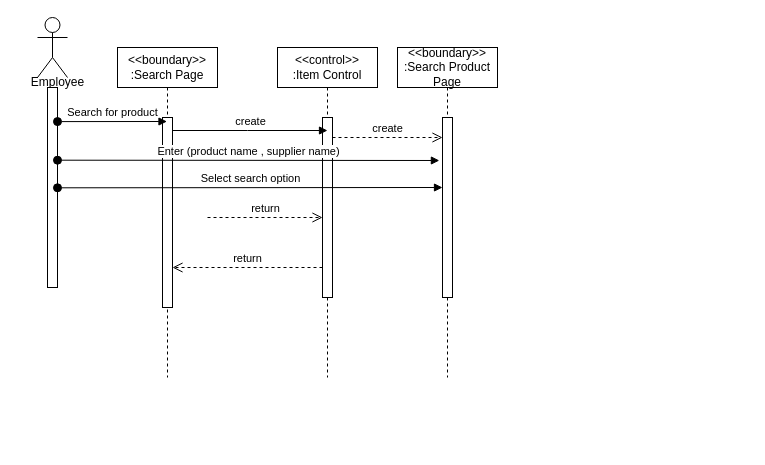
Before: Untitled Diagram.drawio in MohammadJarrar1201726/SoftwareDiagrams, a draw.io diagram. Source tidied: cells renumbered, new cells numbered last; positions are measured from the earlier drawing's top-left corner, leaving out a move shared by most shapes. Both pictures are drawn from the tidied source at 100%, with x=0, y=0 at pixel (17, 17).
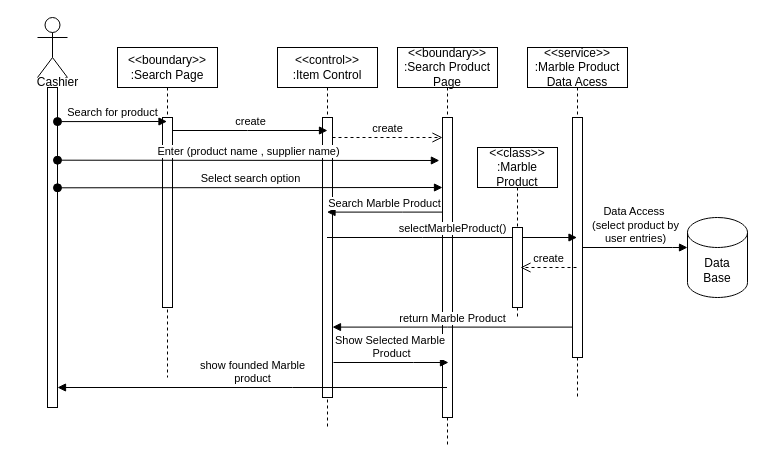
After the change.

The change refers to these unchanged cells:
```xml
<mxCell id="3" style="html=1;points=[];perimeter=orthogonalPerimeter;outlineConnect=0;targetShapes=umlLifeline;portConstraint=eastwest;newEdgeStyle={&quot;edgeStyle&quot;:&quot;elbowEdgeStyle&quot;,&quot;elbow&quot;:&quot;vertical&quot;,&quot;curved&quot;:0,&quot;rounded&quot;:0};" parent="2" vertex="1">
  <mxGeometry x="45" y="70" width="10" height="190" as="geometry" />
</mxCell>
```

What changed in the source:
```diff
@@
     <mxCell id="4" value="&lt;div&gt;&amp;lt;&amp;lt;control&amp;gt;&amp;gt;&lt;/div&gt;:Item Control" style="shape=umlLifeline;perimeter=lifelinePerimeter;whiteSpace=wrap;html=1;outlineConnect=0;portConstraint=eastwest;newEdgeStyle={&quot;edgeStyle&quot;:&quot;elbowEdgeStyle&quot;,&quot;elbow&quot;:&quot;vertical&quot;,&quot;curved&quot;:0,&quot;rounded&quot;:0};" parent="1" vertex="1">
-      <mxGeometry x="260" y="30" width="100" height="330" as="geometry" />
+      <mxGeometry x="260" y="30" width="100" height="380" as="geometry" />
     </mxCell>
     <mxCell id="5" style="html=1;points=[];perimeter=orthogonalPerimeter;outlineConnect=0;targetShapes=umlLifeline;portConstraint=eastwest;newEdgeStyle={&quot;edgeStyle&quot;:&quot;elbowEdgeStyle&quot;,&quot;elbow&quot;:&quot;vertical&quot;,&quot;curved&quot;:0,&quot;rounded&quot;:0};" parent="4" vertex="1">
-      <mxGeometry x="45" y="70" width="10" height="180" as="geometry" />
+      <mxGeometry x="45" y="70" width="10" height="280" as="geometry" />
     </mxCell>
@@
-    <mxCell id="7" value="return" style="html=1;verticalAlign=bottom;endArrow=open;dashed=1;endSize=8;edgeStyle=elbowEdgeStyle;elbow=vertical;curved=0;rounded=0;" parent="1" edge="1" source="5" target="3">
-      <mxGeometry relative="1" as="geometry">
-        <Array as="points">
-          <mxPoint x="230" y="250" />
-        </Array>
-      </mxGeometry>
-    </mxCell>
-    <mxCell id="8" value="return" style="html=1;verticalAlign=bottom;endArrow=open;dashed=1;endSize=8;edgeStyle=elbowEdgeStyle;elbow=vertical;curved=0;rounded=0;" parent="1" edge="1" target="5">
-      <mxGeometry relative="1" as="geometry">
-        <mxPoint x="190" y="200" as="sourcePoint" />
-        <Array as="points">
-          <mxPoint x="220" y="200" />
-        </Array>
-      </mxGeometry>
-    </mxCell>
@@
-    <mxCell id="10" value="Employee" style="text;html=1;align=center;verticalAlign=middle;strokeColor=none;fillColor=none;" parent="1" vertex="1">
-      <mxGeometry y="50" width="80" height="30" as="geometry" />
+    <mxCell id="10" value="Cashier" style="text;html=1;align=center;verticalAlign=middle;strokeColor=none;fillColor=none;" parent="1" vertex="1">
+      <mxGeometry x="10" y="50" width="60" height="30" as="geometry" />
     </mxCell>
     <mxCell id="11" style="html=1;points=[[0,0,0,0,5],[0,1,0,0,-5],[1,0,0,0,5],[1,1,0,0,-5]];perimeter=orthogonalPerimeter;outlineConnect=0;targetShapes=umlLifeline;portConstraint=eastwest;newEdgeStyle={&quot;curved&quot;:0,&quot;rounded&quot;:0};" parent="1" vertex="1">
-      <mxGeometry x="30" y="70" width="10" height="200" as="geometry" />
+      <mxGeometry x="30" y="70" width="10" height="320" as="geometry" />
     </mxCell>
@@
     <mxCell id="13" value="&lt;div&gt;&amp;lt;&amp;lt;boundary&amp;gt;&amp;gt;&lt;/div&gt;:Search Product Page" style="shape=umlLifeline;perimeter=lifelinePerimeter;whiteSpace=wrap;html=1;outlineConnect=0;portConstraint=eastwest;newEdgeStyle={&quot;edgeStyle&quot;:&quot;elbowEdgeStyle&quot;,&quot;elbow&quot;:&quot;vertical&quot;,&quot;curved&quot;:0,&quot;rounded&quot;:0};" parent="1" vertex="1">
-      <mxGeometry x="380" y="30" width="100" height="330" as="geometry" />
+      <mxGeometry x="380" y="30" width="100" height="400" as="geometry" />
     </mxCell>
     <mxCell id="14" style="html=1;points=[];perimeter=orthogonalPerimeter;outlineConnect=0;targetShapes=umlLifeline;portConstraint=eastwest;newEdgeStyle={&quot;edgeStyle&quot;:&quot;elbowEdgeStyle&quot;,&quot;elbow&quot;:&quot;vertical&quot;,&quot;curved&quot;:0,&quot;rounded&quot;:0};" parent="13" vertex="1">
-      <mxGeometry x="45" y="70" width="10" height="180" as="geometry" />
+      <mxGeometry x="45" y="70" width="10" height="300" as="geometry" />
     </mxCell>
@@
+    <mxCell id="18" value="Search Marble Product" style="html=1;verticalAlign=bottom;endArrow=block;edgeStyle=elbowEdgeStyle;elbow=vertical;curved=0;rounded=0;" parent="1" edge="1" source="14" target="4">
+      <mxGeometry relative="1" as="geometry">
+        <Array as="points">
+          <mxPoint x="385" y="194.6" />
+        </Array>
+      </mxGeometry>
+    </mxCell>
+    <mxCell id="19" value="&lt;div&gt;&amp;lt;&amp;lt;service&amp;gt;&amp;gt;&lt;/div&gt;:Marble Product Data Acess" style="shape=umlLifeline;perimeter=lifelinePerimeter;whiteSpace=wrap;html=1;outlineConnect=0;portConstraint=eastwest;newEdgeStyle={&quot;edgeStyle&quot;:&quot;elbowEdgeStyle&quot;,&quot;elbow&quot;:&quot;vertical&quot;,&quot;curved&quot;:0,&quot;rounded&quot;:0};" parent="1" vertex="1">
+      <mxGeometry x="510" y="30" width="100" height="350" as="geometry" />
+    </mxCell>
+    <mxCell id="20" style="html=1;points=[];perimeter=orthogonalPerimeter;outlineConnect=0;targetShapes=umlLifeline;portConstraint=eastwest;newEdgeStyle={&quot;edgeStyle&quot;:&quot;elbowEdgeStyle&quot;,&quot;elbow&quot;:&quot;vertical&quot;,&quot;curved&quot;:0,&quot;rounded&quot;:0};" parent="19" vertex="1">
+      <mxGeometry x="45" y="70" width="10" height="240" as="geometry" />
+    </mxCell>
+    <mxCell id="21" value="selectMarbleProduct()" style="html=1;verticalAlign=bottom;endArrow=block;edgeStyle=elbowEdgeStyle;elbow=vertical;curved=0;rounded=0;" parent="1" edge="1" source="4" target="19">
+      <mxGeometry relative="1" as="geometry">
+        <Array as="points">
+          <mxPoint x="405" y="220" />
+        </Array>
+      </mxGeometry>
+    </mxCell>
+    <mxCell id="22" value="Data&lt;br&gt;Base" style="shape=cylinder3;whiteSpace=wrap;html=1;boundedLbl=1;backgroundOutline=1;size=15;" parent="1" vertex="1">
+      <mxGeometry x="670" y="200" width="60" height="80" as="geometry" />
+    </mxCell>
+    <mxCell id="23" value="Data Access&amp;nbsp;&lt;br&gt;(select product by&lt;br&gt;user entries)" style="html=1;verticalAlign=bottom;endArrow=block;edgeStyle=elbowEdgeStyle;elbow=horizontal;curved=0;rounded=0;" parent="1" edge="1" source="20">
+      <mxGeometry relative="1" as="geometry">
+        <mxPoint x="670" y="230" as="targetPoint" />
+        <Array as="points">
+          <mxPoint x="655" y="230" />
+        </Array>
+      </mxGeometry>
+    </mxCell>
+    <mxCell id="24" value="&lt;div&gt;&amp;lt;&amp;lt;class&amp;gt;&amp;gt;&lt;/div&gt;:Marble&lt;br&gt;Product" style="shape=umlLifeline;perimeter=lifelinePerimeter;whiteSpace=wrap;html=1;newEdgeStyle={&quot;edgeStyle&quot;:&quot;elbowEdgeStyle&quot;,&quot;elbow&quot;:&quot;vertical&quot;,&quot;curved&quot;:0,&quot;rounded&quot;:0};" parent="1" vertex="1">
+      <mxGeometry x="460" y="130" width="80" height="170" as="geometry" />
+    </mxCell>
+    <mxCell id="25" style="html=1;perimeter=orthogonalPerimeter;targetShapes=umlLifeline;newEdgeStyle={&quot;edgeStyle&quot;:&quot;elbowEdgeStyle&quot;,&quot;elbow&quot;:&quot;vertical&quot;,&quot;curved&quot;:0,&quot;rounded&quot;:0};" parent="24" vertex="1">
+      <mxGeometry x="35" y="80" width="10" height="80" as="geometry" />
+    </mxCell>
+    <mxCell id="26" value="create" style="html=1;verticalAlign=bottom;endArrow=open;dashed=1;endSize=8;edgeStyle=elbowEdgeStyle;elbow=vertical;curved=0;rounded=0;" parent="1" edge="1">
+      <mxGeometry relative="1" as="geometry">
+        <mxPoint x="559" y="250" as="sourcePoint" />
+        <mxPoint x="503" y="250" as="targetPoint" />
+      </mxGeometry>
+    </mxCell>
+    <mxCell id="27" value="return Marble Product" style="html=1;verticalAlign=bottom;endArrow=block;edgeStyle=elbowEdgeStyle;elbow=vertical;curved=0;rounded=0;" parent="1" edge="1" source="20" target="5">
+      <mxGeometry relative="1" as="geometry">
+        <Array as="points">
+          <mxPoint x="430" y="309.6" />
+        </Array>
+      </mxGeometry>
+    </mxCell>
+    <mxCell id="28" value="Show Selected Marble&amp;nbsp;&lt;div&gt;Product&lt;/div&gt;" style="html=1;verticalAlign=bottom;endArrow=block;edgeStyle=elbowEdgeStyle;elbow=vertical;curved=0;rounded=0;" parent="1" edge="1">
+      <mxGeometry relative="1" as="geometry">
+        <mxPoint x="316" y="345" as="sourcePoint" />
+        <mxPoint x="431" y="345" as="targetPoint" />
+        <Array as="points">
+          <mxPoint x="396" y="345" />
+        </Array>
+      </mxGeometry>
+    </mxCell>
+    <mxCell id="29" value="show founded Marble&lt;br&gt;product" style="html=1;verticalAlign=bottom;endArrow=block;edgeStyle=elbowEdgeStyle;elbow=vertical;curved=0;rounded=0;" parent="1" edge="1" source="13" target="11">
+      <mxGeometry relative="1" as="geometry">
+        <Array as="points">
+          <mxPoint x="275" y="370" />
+        </Array>
+      </mxGeometry>
+    </mxCell>
```
